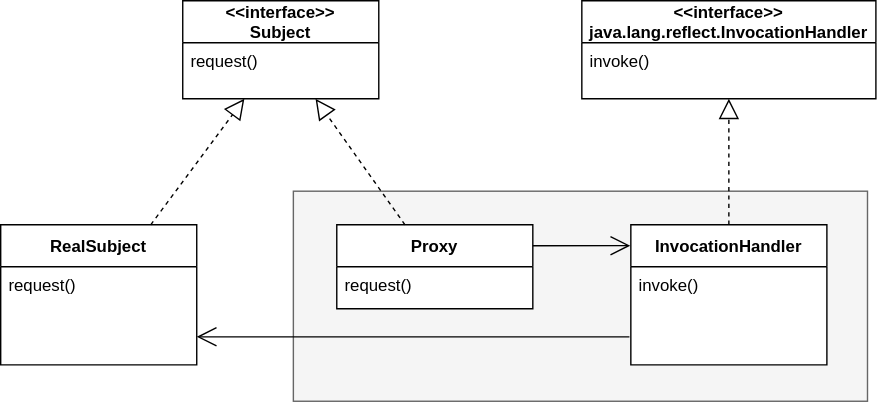
This is images/design_pattern/ch11_proxy_protection_definition_classes.svg from jtLiBrain/jtLiBrain.github.io, a draw.io export, as it was before one commit. Source tidied: cells renumbered, new cells last; positions are measured from the earlier drawing's top-left corner, leaving out a move shared by most shapes. The source it was exported from:
```xml
<mxGraphModel background="#ffffff">
  <root>
    <mxCell id="0" />
    <mxCell id="1" parent="0" />
    <mxCell id="2" style="rounded=0;whiteSpace=wrap;html=1;fillColor=#f5f5f5;strokeColor=#666666;fontColor=#333333;" parent="1" vertex="1">
      <mxGeometry x="209" y="136" width="410" height="150" as="geometry" />
    </mxCell>
    <mxCell id="3" value="&lt;&lt;interface&gt;&gt;&#10;Subject" style="swimlane;fontStyle=1;horizontal=1;startSize=30;fillColor=none;" parent="1" vertex="1">
      <mxGeometry x="130" width="140" height="70" as="geometry" />
    </mxCell>
    <mxCell id="4" value="request()" style="text;strokeColor=none;fillColor=none;align=left;verticalAlign=top;spacingLeft=4;spacingRight=4;overflow=hidden;" parent="3" vertex="1">
      <mxGeometry y="30" width="140" height="40" as="geometry" />
    </mxCell>
    <mxCell id="5" value="RealSubject" style="swimlane;fontStyle=1;horizontal=1;startSize=30;fillColor=none;" parent="1" vertex="1">
      <mxGeometry y="160" width="140" height="100" as="geometry" />
    </mxCell>
    <mxCell id="6" value="request()" style="text;strokeColor=none;fillColor=none;align=left;verticalAlign=top;spacingLeft=4;spacingRight=4;overflow=hidden;" parent="5" vertex="1">
      <mxGeometry y="30" width="140" height="70" as="geometry" />
    </mxCell>
    <mxCell id="7" value="Proxy" style="swimlane;fontStyle=1;horizontal=1;startSize=30;swimlaneFillColor=#ffffff;" parent="1" vertex="1">
      <mxGeometry x="240" y="160" width="140" height="60" as="geometry" />
    </mxCell>
    <mxCell id="8" value="request()" style="text;strokeColor=none;fillColor=none;align=left;verticalAlign=top;spacingLeft=4;spacingRight=4;overflow=hidden;" parent="7" vertex="1">
      <mxGeometry y="30" width="140" height="30" as="geometry" />
    </mxCell>
    <mxCell id="9" value="&lt;&lt;interface&gt;&gt;&#10;java.lang.reflect.InvocationHandler" style="swimlane;fontStyle=1;horizontal=1;startSize=30;fillColor=none;" parent="1" vertex="1">
      <mxGeometry x="415" width="210" height="70" as="geometry" />
    </mxCell>
    <mxCell id="10" value="invoke()" style="text;strokeColor=none;fillColor=none;align=left;verticalAlign=top;spacingLeft=4;spacingRight=4;overflow=hidden;" parent="9" vertex="1">
      <mxGeometry y="30" width="210" height="40" as="geometry" />
    </mxCell>
    <mxCell id="11" value="InvocationHandler" style="swimlane;fontStyle=1;horizontal=1;startSize=30;swimlaneFillColor=#ffffff;" parent="1" vertex="1">
      <mxGeometry x="450" y="160" width="140" height="100" as="geometry" />
    </mxCell>
    <mxCell id="12" value="invoke()" style="text;strokeColor=none;fillColor=none;align=left;verticalAlign=top;spacingLeft=4;spacingRight=4;overflow=hidden;" parent="11" vertex="1">
      <mxGeometry y="30" width="140" height="70" as="geometry" />
    </mxCell>
    <mxCell id="13" style="endArrow=block;dashed=1;endFill=0;endSize=12;html=1;" parent="1" edge="1" source="11" target="9">
      <mxGeometry relative="1" as="geometry" />
    </mxCell>
    <mxCell id="14" style="endArrow=open;endFill=1;endSize=12;html=1;entryX=-0.003;entryY=0.149;entryDx=0;entryDy=0;entryPerimeter=0;exitX=1;exitY=0.25;exitDx=0;exitDy=0;" parent="1" edge="1" source="7" target="11">
      <mxGeometry relative="1" as="geometry" />
    </mxCell>
    <mxCell id="15" style="endArrow=block;dashed=1;endFill=0;endSize=12;html=1;" parent="1" edge="1" source="7" target="3">
      <mxGeometry relative="1" as="geometry" />
    </mxCell>
    <mxCell id="16" style="endArrow=block;dashed=1;endFill=0;endSize=12;html=1;" parent="1" edge="1" source="5" target="3">
      <mxGeometry relative="1" as="geometry" />
    </mxCell>
    <mxCell id="17" style="endArrow=open;endFill=1;endSize=12;html=1;" parent="1" edge="1">
      <mxGeometry relative="1" as="geometry">
        <mxPoint x="449" y="240" as="sourcePoint" />
        <mxPoint x="140" y="240" as="targetPoint" />
      </mxGeometry>
    </mxCell>
  </root>
</mxGraphModel>
```
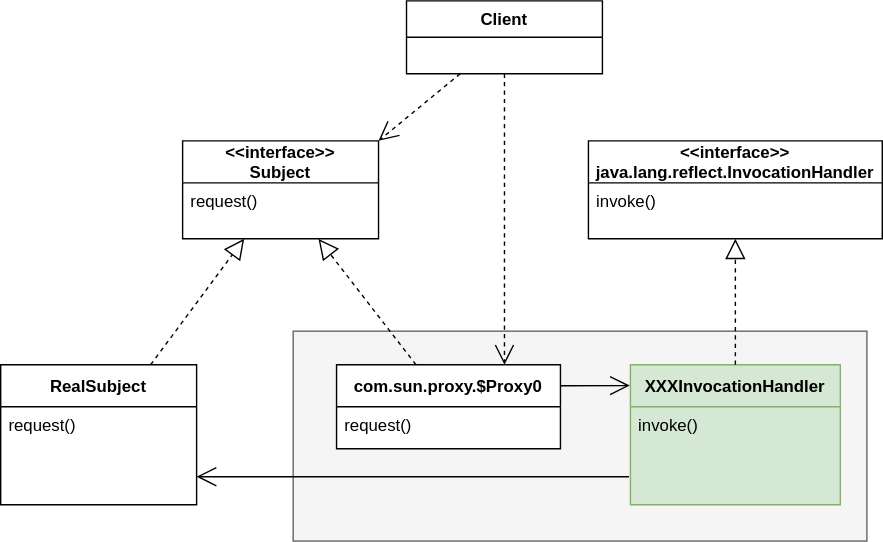
Above is the later version.

Diff of the diagram source:
```diff
@@ -17,23 +17,23 @@
     <mxCell id="6" value="request()" style="text;strokeColor=none;fillColor=none;align=left;verticalAlign=top;spacingLeft=4;spacingRight=4;overflow=hidden;" parent="5" vertex="1">
       <mxGeometry y="30" width="140" height="70" as="geometry" />
     </mxCell>
-    <mxCell id="7" value="Proxy" style="swimlane;fontStyle=1;horizontal=1;startSize=30;swimlaneFillColor=#ffffff;" parent="1" vertex="1">
-      <mxGeometry x="240" y="160" width="140" height="60" as="geometry" />
+    <mxCell id="7" value="com.sun.proxy.$Proxy0" style="swimlane;fontStyle=1;horizontal=1;startSize=30;swimlaneFillColor=#ffffff;" parent="1" vertex="1">
+      <mxGeometry x="240" y="160" width="160" height="60" as="geometry" />
     </mxCell>
     <mxCell id="8" value="request()" style="text;strokeColor=none;fillColor=none;align=left;verticalAlign=top;spacingLeft=4;spacingRight=4;overflow=hidden;" parent="7" vertex="1">
-      <mxGeometry y="30" width="140" height="30" as="geometry" />
+      <mxGeometry y="30" width="160" height="30" as="geometry" />
     </mxCell>
     <mxCell id="9" value="&lt;&lt;interface&gt;&gt;&#10;java.lang.reflect.InvocationHandler" style="swimlane;fontStyle=1;horizontal=1;startSize=30;fillColor=none;" parent="1" vertex="1">
-      <mxGeometry x="415" width="210" height="70" as="geometry" />
+      <mxGeometry x="420" width="210" height="70" as="geometry" />
     </mxCell>
     <mxCell id="10" value="invoke()" style="text;strokeColor=none;fillColor=none;align=left;verticalAlign=top;spacingLeft=4;spacingRight=4;overflow=hidden;" parent="9" vertex="1">
       <mxGeometry y="30" width="210" height="40" as="geometry" />
     </mxCell>
-    <mxCell id="11" value="InvocationHandler" style="swimlane;fontStyle=1;horizontal=1;startSize=30;swimlaneFillColor=#ffffff;" parent="1" vertex="1">
-      <mxGeometry x="450" y="160" width="140" height="100" as="geometry" />
+    <mxCell id="11" value="XXXInvocationHandler" style="swimlane;fontStyle=1;horizontal=1;startSize=30;swimlaneFillColor=#D5E8D4;fillColor=#d5e8d4;strokeColor=#82b366;" parent="1" vertex="1">
+      <mxGeometry x="450" y="160" width="150" height="100" as="geometry" />
     </mxCell>
     <mxCell id="12" value="invoke()" style="text;strokeColor=none;fillColor=none;align=left;verticalAlign=top;spacingLeft=4;spacingRight=4;overflow=hidden;" parent="11" vertex="1">
-      <mxGeometry y="30" width="140" height="70" as="geometry" />
+      <mxGeometry y="30" width="150" height="70" as="geometry" />
     </mxCell>
     <mxCell id="13" style="endArrow=block;dashed=1;endFill=0;endSize=12;html=1;" parent="1" edge="1" source="11" target="9">
       <mxGeometry relative="1" as="geometry" />
@@ -53,5 +53,14 @@
         <mxPoint x="140" y="240" as="targetPoint" />
       </mxGeometry>
     </mxCell>
+    <mxCell id="18" value="Client" style="swimlane;fontStyle=1;horizontal=1;startSize=26;fillColor=none;" parent="1" vertex="1">
+      <mxGeometry x="290" y="-100" width="140" height="52" as="geometry" />
+    </mxCell>
+    <mxCell id="19" style="endArrow=open;endSize=12;dashed=1;html=1;entryX=0.75;entryY=0;entryDx=0;entryDy=0;" parent="1" edge="1" source="18" target="7">
+      <mxGeometry relative="1" as="geometry" />
+    </mxCell>
+    <mxCell id="20" style="endArrow=open;endSize=12;dashed=1;html=1;entryX=1;entryY=0;entryDx=0;entryDy=0;" parent="1" edge="1" source="18" target="3">
+      <mxGeometry relative="1" as="geometry" />
+    </mxCell>
   </root>
 </mxGraphModel>
```
